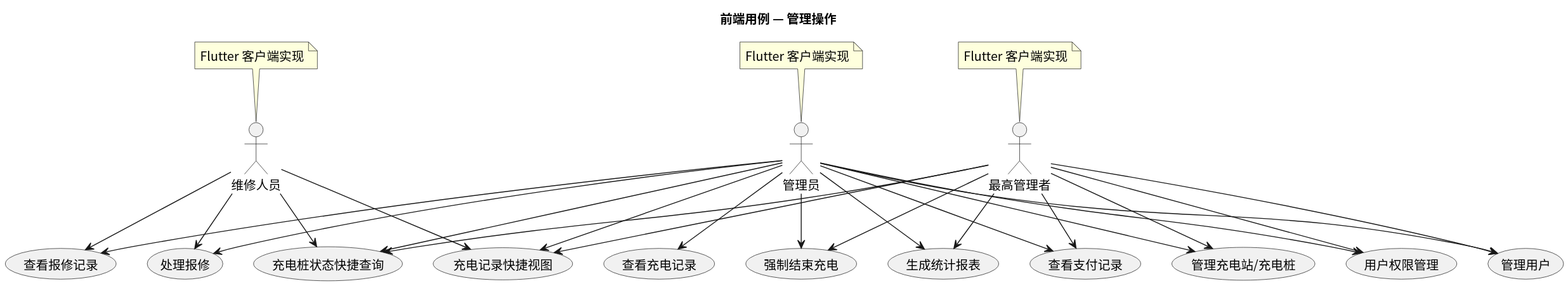
The PlantUML diagram usecase/docs/frontend/img/frontend_admin_usecases.svg in greenhandzdl/charging-station-doc, before a commit.
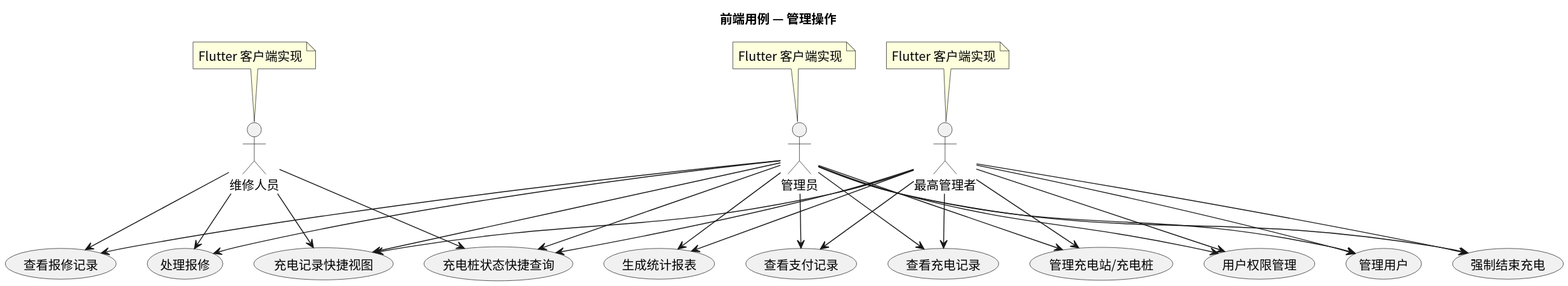
The same diagram one commit later.

What changed in the source:
```diff
@@ -44,6 +44,7 @@
 SA --> MU
 SA --> FSC
 SA --> GS
+SA --> VCR
 SA --> QC
 SA --> QV
 	SA --> VPR
```
